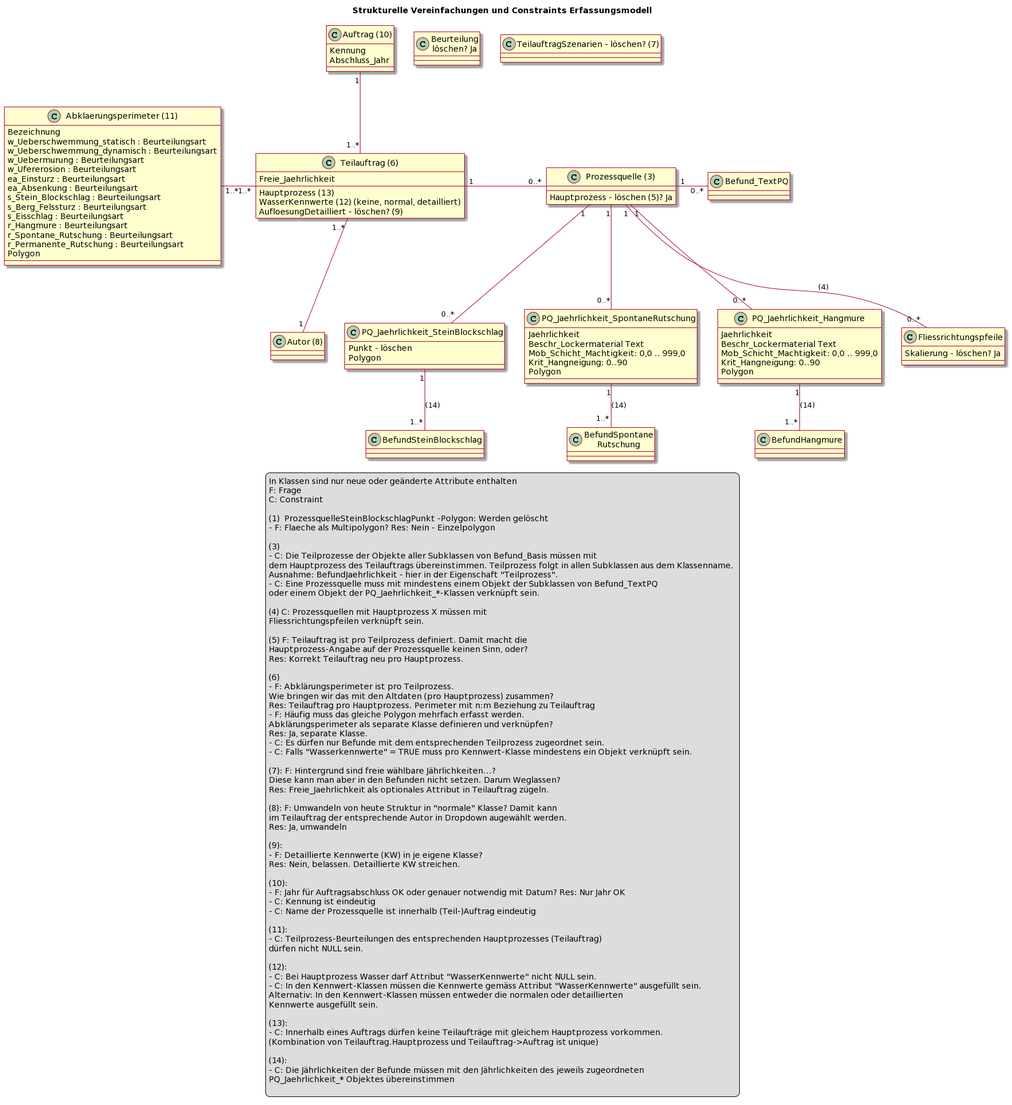
Earlier version of the PlantUML export modell/Anpassungen/Anpassungen_Erfassungsmodell_puml.png (sogis/p-naturgefahren-ili).
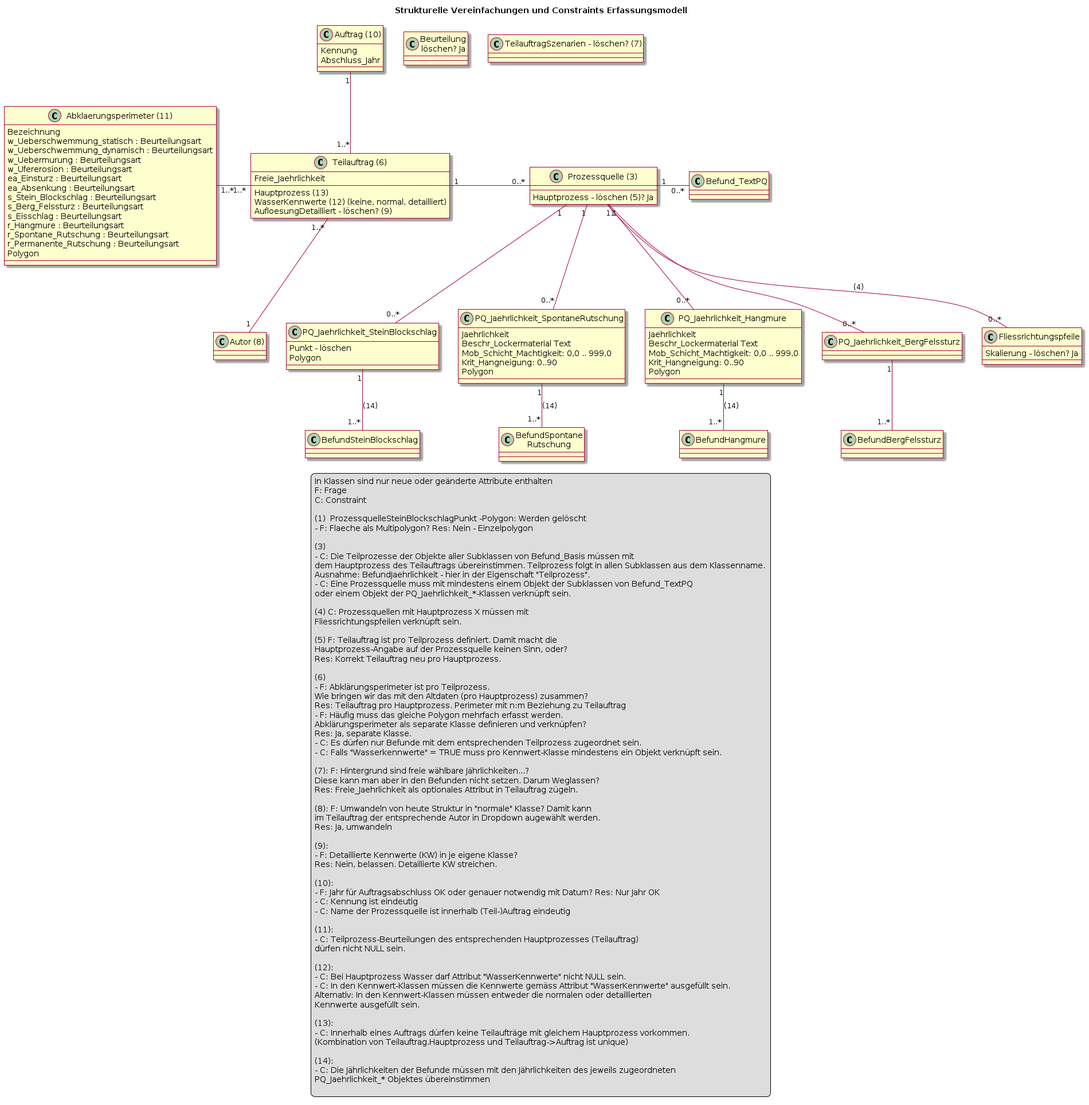
After the commit.

What changed in the source:
```diff
@@ -23,6 +23,11 @@
   Krit_Hangneigung: 0..90
   Polygon
 }
+
+class "PQ_Jaehrlichkeit_BergFelssturz" as pqbf {
+}
+
+class "BefundBergFelssturz" as befbf {}
 
 class "Prozessquelle (3)" as pq {
   Hauptprozess - löschen (5)? Ja
@@ -80,10 +85,12 @@
 pq "1" -- "0..*" pqsr
 pq "1" -- "0..*" pqsb
 pq "1" -- "0..*" pqhm
+pq "1" -- "0..*" pqbf
 
 pqsb "1"-- "1..*" befsb : (14)
 pqsr "1"-- "1..*" befsr : (14)
 pqhm "1"-- "1..*" befhm : (14)
+pqbf "1"-- "1..*" befbf
 
 a "1" -- "1..*" ta
 ta "1" -right- "0..*" pq
```
